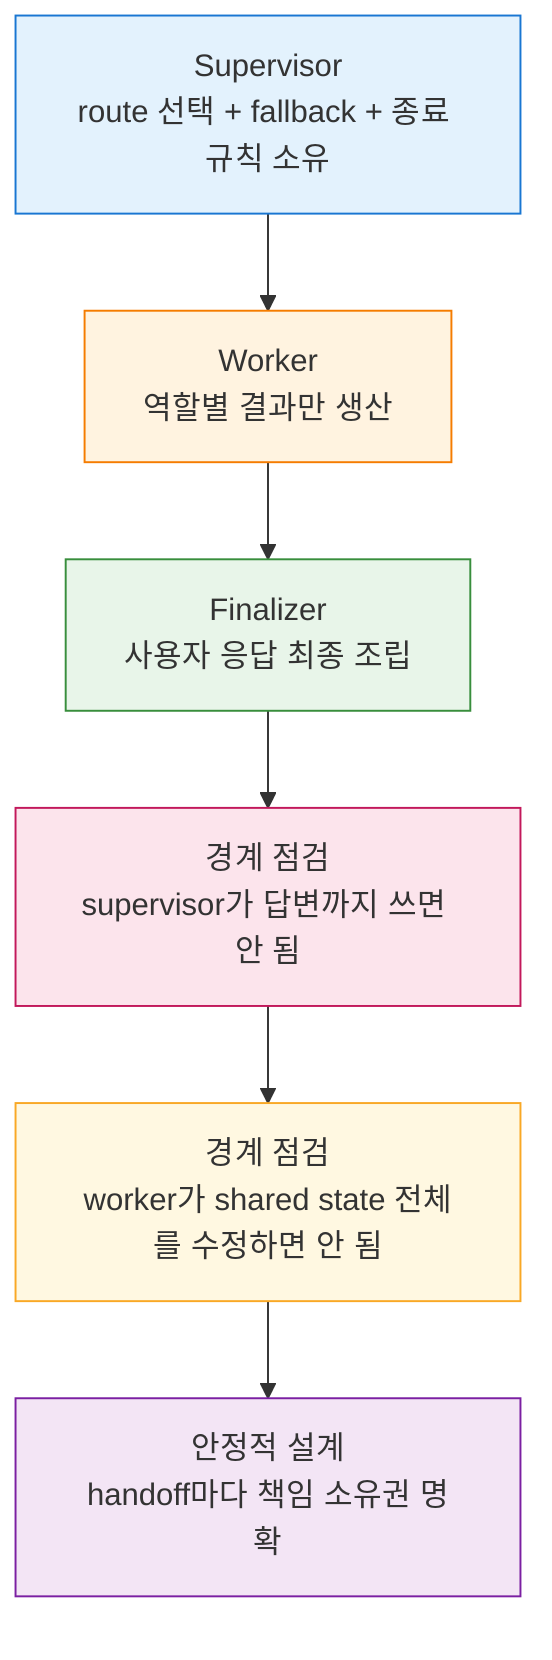
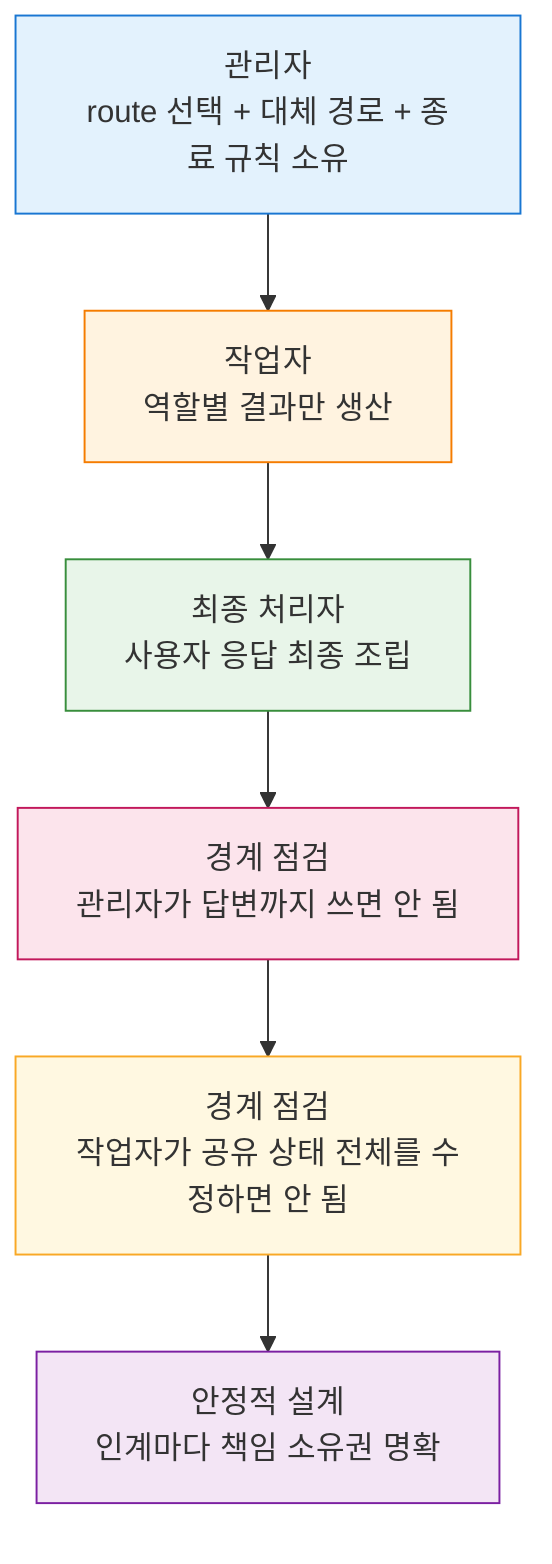
flowchart TD
-   A["Supervisor<br/>route 선택 + fallback + 종료 규칙 소유"] --> B["Worker<br/>역할별 결과만 생산"]
-   B --> C["Finalizer<br/>사용자 응답 최종 조립"]
-   C --> D["경계 점검<br/>supervisor가 답변까지 쓰면 안 됨"]
-   D --> E["경계 점검<br/>worker가 shared state 전체를 수정하면 안 됨"]
-   E --> F["안정적 설계<br/>handoff마다 책임 소유권 명확"]
+   A["관리자<br/>route 선택 + 대체 경로 + 종료 규칙 소유"] --> B["작업자<br/>역할별 결과만 생산"]
+   B --> C["최종 처리자<br/>사용자 응답 최종 조립"]
+   C --> D["경계 점검<br/>관리자가 답변까지 쓰면 안 됨"]
+   D --> E["경계 점검<br/>작업자가 공유 상태 전체를 수정하면 안 됨"]
+   E --> F["안정적 설계<br/>인계마다 책임 소유권 명확"]

  style A fill:#e3f2fd,stroke:#1976d2
  style B fill:#fff3e0,stroke:#f57c00
  style C fill:#e8f5e9,stroke:#388e3c
  style D fill:#fce4ec,stroke:#c2185b
  style E fill:#fff8e1,stroke:#f9a825
  style F fill:#f3e5f5,stroke:#7b1fa2
